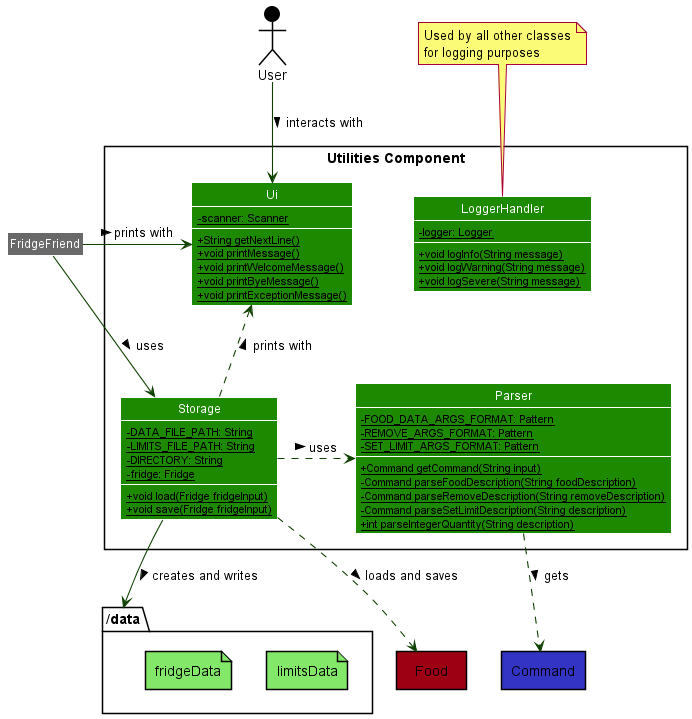
Before: docs/diagrams/diagram_images/UtilitiesClassDiagram.png, a diagram exported from PlantUML (nus-cs2113-AY2021S2/tp).
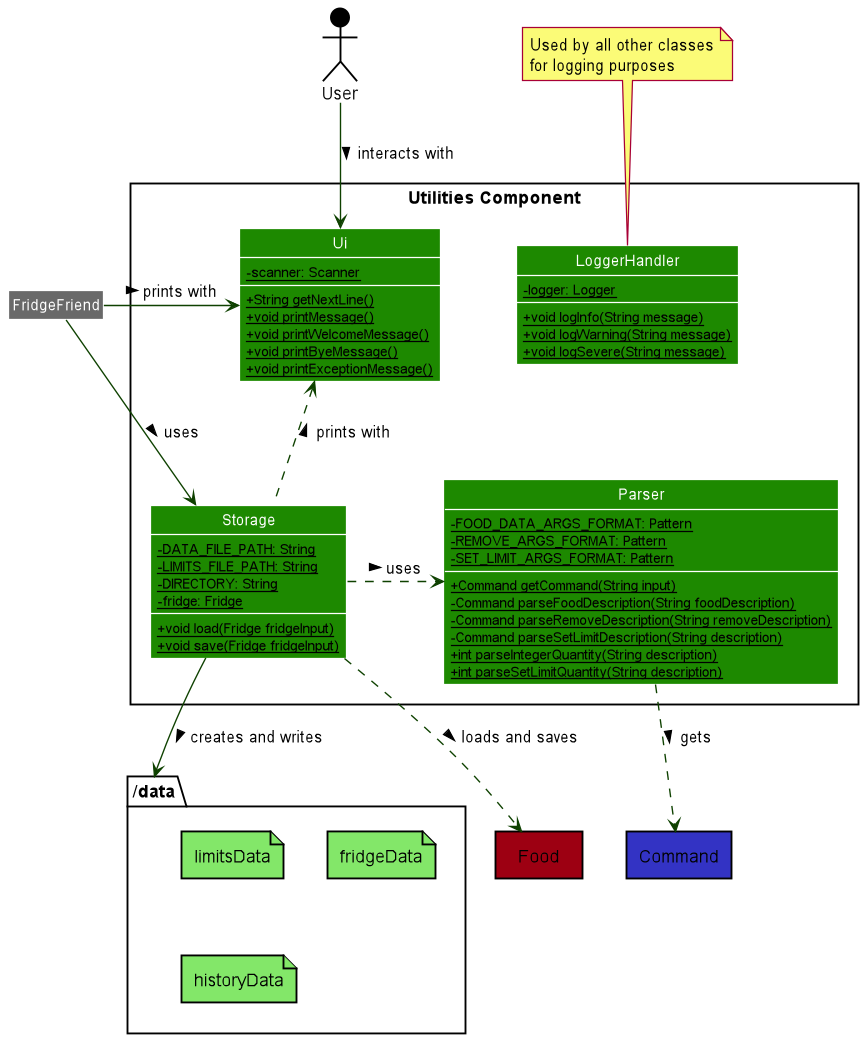
The same file after the commit.

Diff of the diagram source:
```diff
@@ -20,6 +20,7 @@
 package "/data" <<folder>> {
     file limitsData UTILITIES_COLOR_T1
     file fridgeData UTILITIES_COLOR_T1
+    file historyData UTILITIES_COLOR_T1
 }
 
 package Food <<Rectangle>> FOOD_COLOR {
@@ -62,6 +63,7 @@
   - {static} Command parseRemoveDescription(String removeDescription)
   - {static} Command parseSetLimitDescription(String description)
   + {static} int parseIntegerQuantity(String description)
+  + {static} int parseSetLimitQuantity(String description)
 }
 
 LoggerHandler -left[hidden]-> Ui
```
